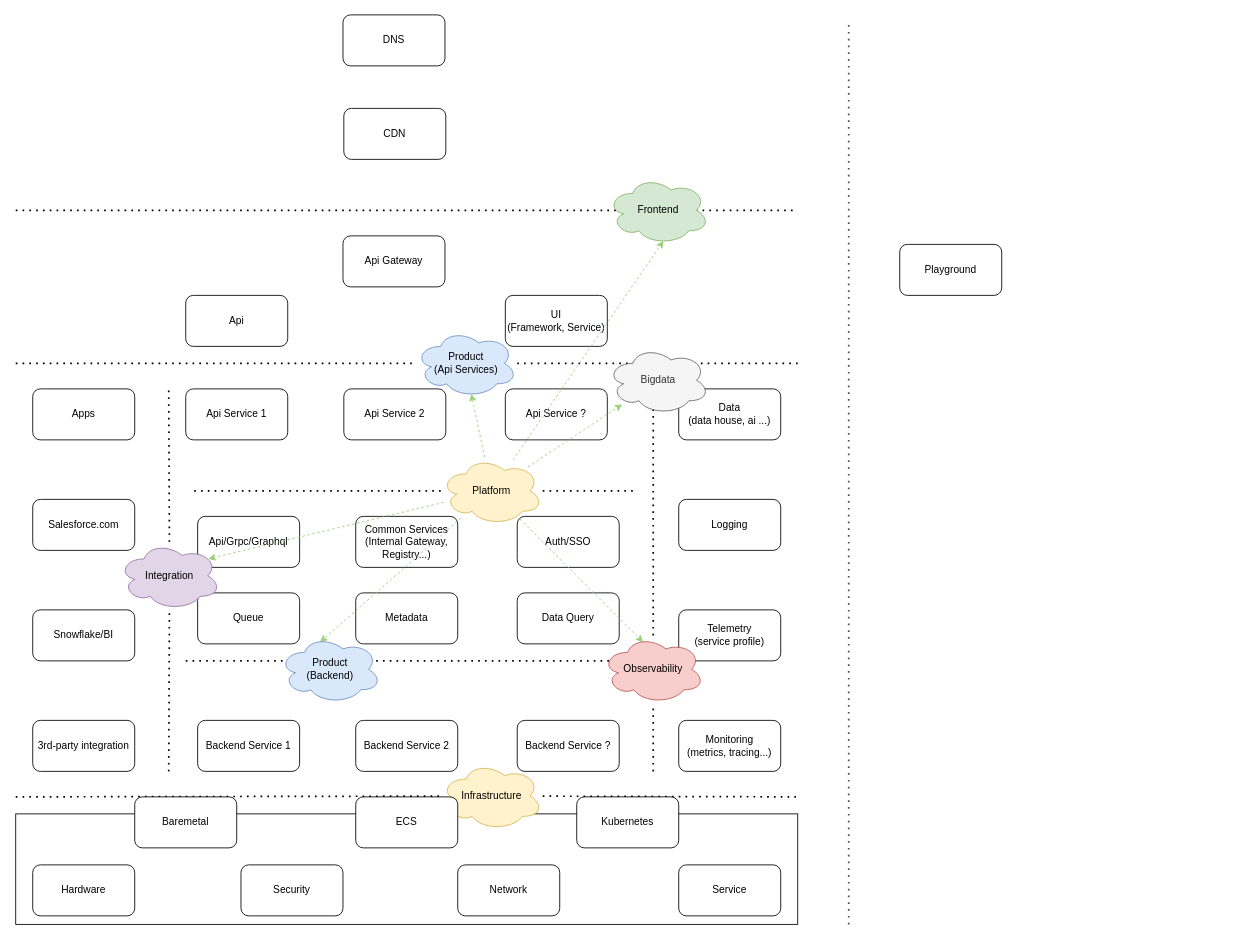
Before: gitlab_backup.drawio in jiangtao7/draw.io, a draw.io diagram. Source tidied: cells renumbered, new cells numbered last; positions are measured from the earlier drawing's top-left corner, leaving out a move shared by most shapes. Both pictures are drawn from the tidied source at 85%, with x=0, y=0 at pixel (15, 14).
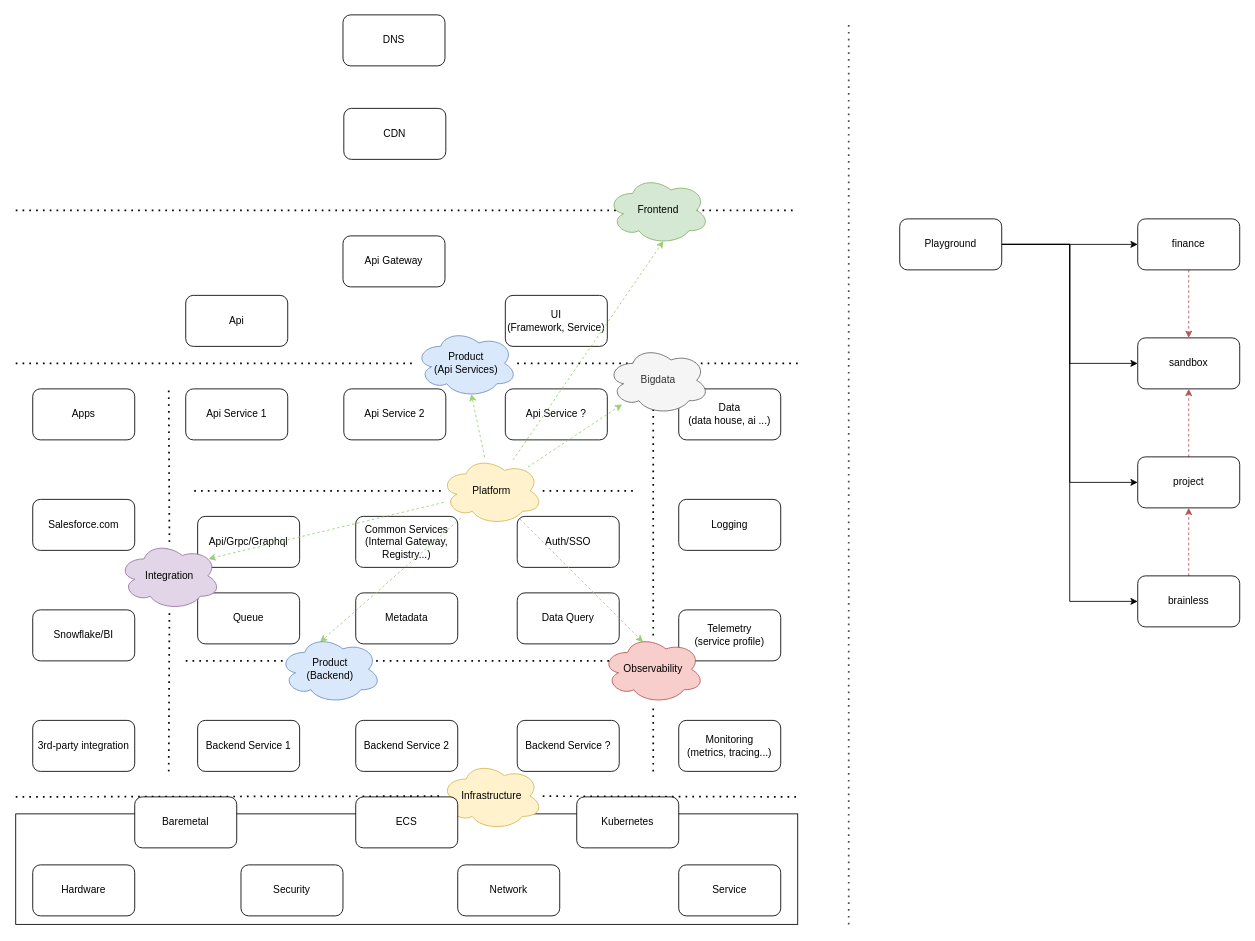
After the change.

Diff of the diagram source:
```diff
@@
+    <mxCell id="63" style="edgeStyle=orthogonalEdgeStyle;rounded=0;jettySize=auto;html=1;entryX=0;entryY=0.5;entryDx=0;entryDy=0;" parent="1" edge="1" source="62" target="68">
+      <mxGeometry relative="1" as="geometry" />
+    </mxCell>
+    <mxCell id="64" style="edgeStyle=orthogonalEdgeStyle;rounded=0;jettySize=auto;html=1;entryX=0;entryY=0.5;entryDx=0;entryDy=0;" parent="1" edge="1" source="62" target="69">
+      <mxGeometry relative="1" as="geometry" />
+    </mxCell>
+    <mxCell id="65" style="edgeStyle=orthogonalEdgeStyle;rounded=0;jettySize=auto;html=1;entryX=0;entryY=0.5;entryDx=0;entryDy=0;" parent="1" edge="1" source="62" target="73">
+      <mxGeometry relative="1" as="geometry" />
+    </mxCell>
+    <mxCell id="66" style="edgeStyle=orthogonalEdgeStyle;rounded=0;jettySize=auto;html=1;entryX=0;entryY=0.5;entryDx=0;entryDy=0;" parent="1" edge="1" source="62" target="71">
+      <mxGeometry relative="1" as="geometry" />
+    </mxCell>
     <mxCell id="62" value="Playground" style="rounded=1;whiteSpace=wrap;html=1;" parent="1" vertex="1">
-      <mxGeometry x="1040" y="270" width="120" height="60" as="geometry" />
+      <mxGeometry x="1040" y="240" width="120" height="60" as="geometry" />
     </mxCell>
+    <mxCell id="67" style="edgeStyle=orthogonalEdgeStyle;rounded=0;jettySize=auto;html=1;entryX=0.5;entryY=0;entryDx=0;entryDy=0;dashed=1;fillColor=#f8cecc;strokeColor=#b85450;" parent="1" edge="1" source="68" target="69">
+      <mxGeometry relative="1" as="geometry" />
+    </mxCell>
+    <mxCell id="68" value="finance" style="rounded=1;whiteSpace=wrap;html=1;" parent="1" vertex="1">
+      <mxGeometry x="1320" y="240" width="120" height="60" as="geometry" />
+    </mxCell>
+    <mxCell id="69" value="sandbox" style="rounded=1;whiteSpace=wrap;html=1;" parent="1" vertex="1">
+      <mxGeometry x="1320" y="380" width="120" height="60" as="geometry" />
+    </mxCell>
+    <mxCell id="70" style="edgeStyle=orthogonalEdgeStyle;rounded=0;jettySize=auto;html=1;entryX=0.5;entryY=1;entryDx=0;entryDy=0;dashed=1;fillColor=#f8cecc;strokeColor=#b85450;" parent="1" edge="1" source="71" target="73">
+      <mxGeometry relative="1" as="geometry" />
+    </mxCell>
+    <mxCell id="71" value="brainless" style="rounded=1;whiteSpace=wrap;html=1;" parent="1" vertex="1">
+      <mxGeometry x="1320" y="660" width="120" height="60" as="geometry" />
+    </mxCell>
+    <mxCell id="72" style="edgeStyle=orthogonalEdgeStyle;rounded=0;jettySize=auto;html=1;entryX=0.5;entryY=1;entryDx=0;entryDy=0;dashed=1;fillColor=#f8cecc;strokeColor=#b85450;" parent="1" edge="1" source="73" target="69">
+      <mxGeometry relative="1" as="geometry" />
+    </mxCell>
+    <mxCell id="73" value="project" style="rounded=1;whiteSpace=wrap;html=1;" parent="1" vertex="1">
+      <mxGeometry x="1320" y="520" width="120" height="60" as="geometry" />
+    </mxCell>
```
